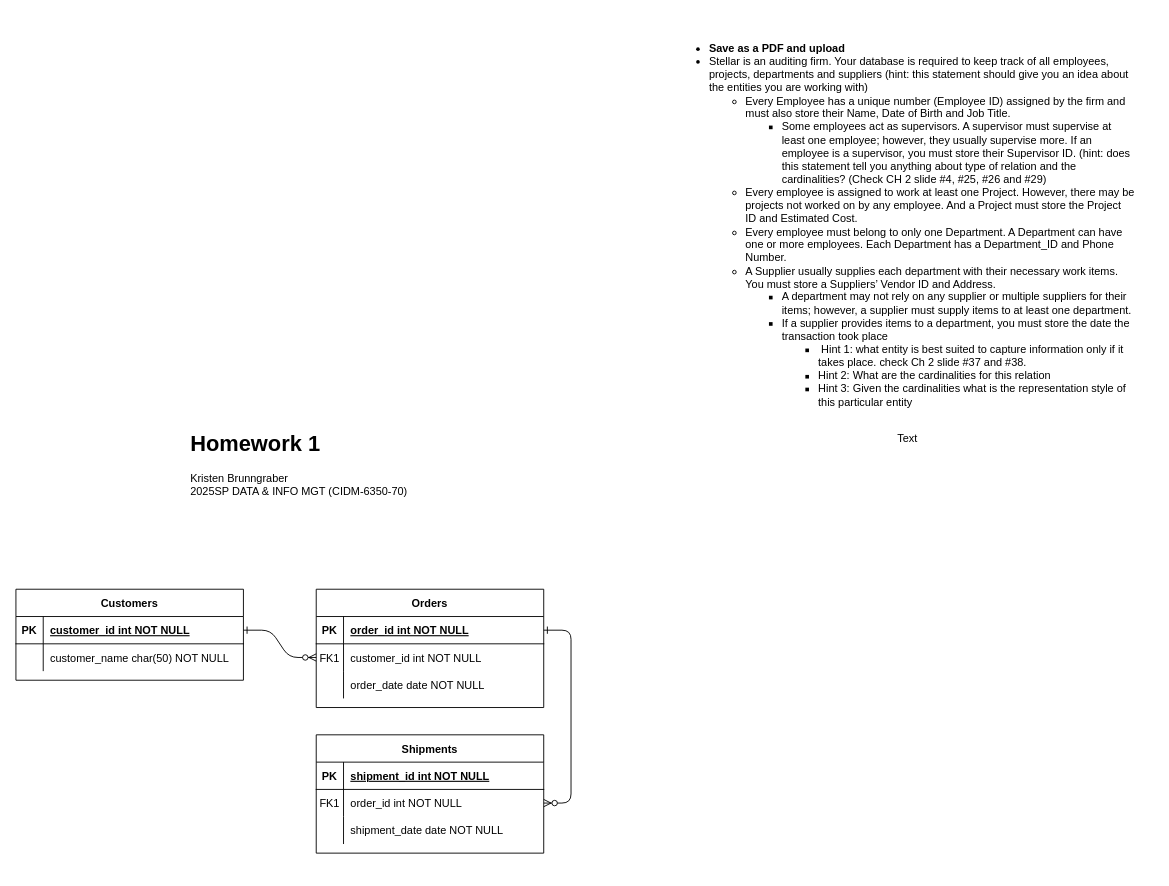
k-wtamu/CIDM6330 keeps this draw.io diagram as Untitled Diagram.drawio. Above is the earlier version. Source tidied: cells renumbered, new cells numbered last; positions are measured from the earlier drawing's top-left corner, leaving out a move shared by most shapes. Both pictures are drawn from the tidied source at 91%, with x=0, y=0 at pixel (15, 15).
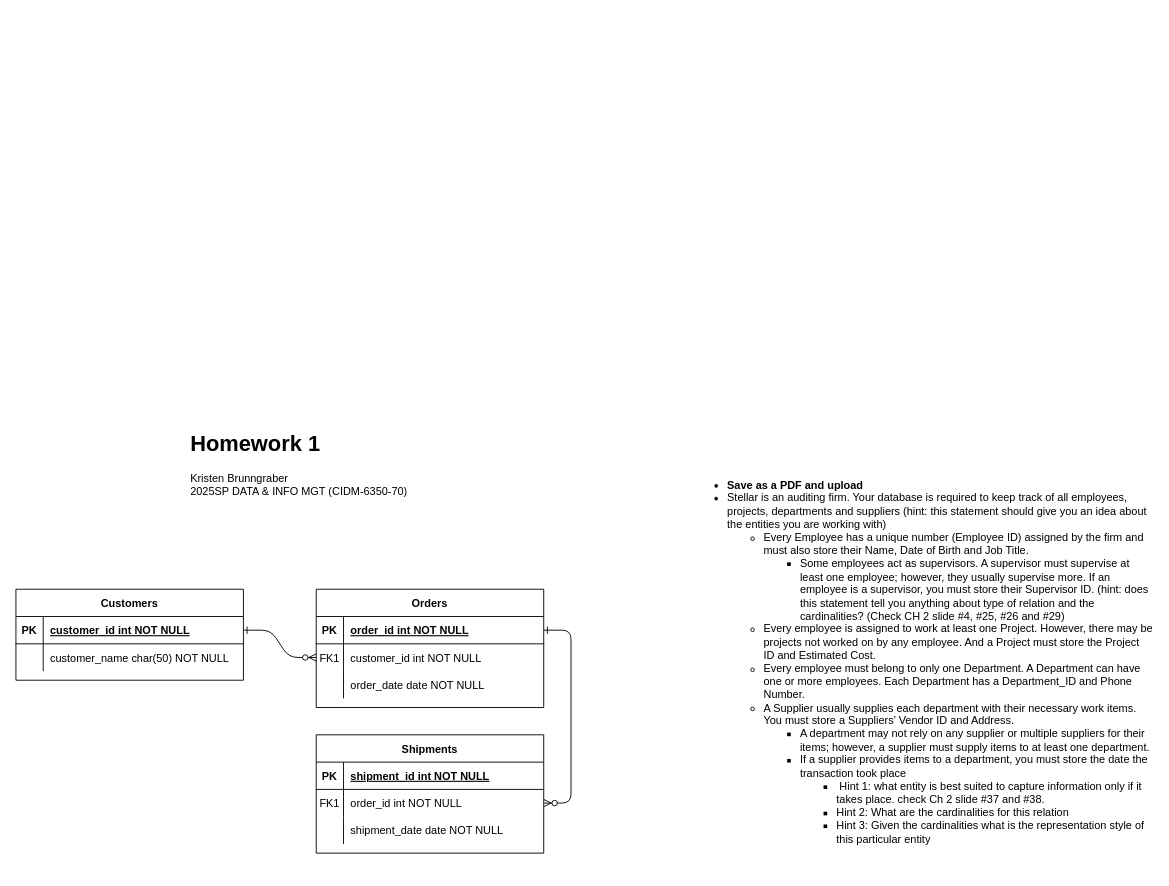
After the change.

What changed in the source:
```diff
@@
-    <mxCell id="32" value="Text" style="text;html=1;align=center;verticalAlign=middle;whiteSpace=wrap;rounded=0;" parent="1" vertex="1">
-      <mxGeometry x="950" y="450" width="60" height="30" as="geometry" />
-    </mxCell>
     <mxCell id="33" value="&lt;ul&gt;&lt;li&gt;&lt;b&gt;Save as a PDF and upload&lt;/b&gt;&lt;/li&gt;&lt;li&gt;Stellar is an auditing firm. Your database is required to keep track of all employees, projects, departments and suppliers (hint: this statement should give you an idea about the entities you are working with)&lt;/li&gt;&lt;ul&gt;&lt;li&gt;Every Employee has a unique number (Employee ID) assigned by the firm and must also store their Name, Date of Birth and Job Title.&lt;/li&gt;&lt;ul&gt;&lt;li&gt;Some employees act as supervisors. A supervisor must supervise at least one employee; however, they usually supervise more. If an employee is a supervisor, you must store their Supervisor ID. (hint: does this statement tell you anything about type of relation and the cardinalities? (Check CH 2 slide #4, #25, #26 and #29)&lt;/li&gt;&lt;/ul&gt;&lt;li&gt;Every employee is assigned to work at least one Project. However, there may be projects not worked on by any employee. And a Project must store the Project ID and Estimated Cost.&lt;/li&gt;&lt;li&gt;Every employee must belong to only one Department. A Department can have one or more employees. Each Department has a Department_ID and Phone Number.&lt;/li&gt;&lt;li&gt;A Supplier usually supplies each department with their necessary work items. You must store a Suppliers’ Vendor ID and Address.&lt;/li&gt;&lt;ul&gt;&lt;li&gt;A department may not rely on any supplier or multiple suppliers for their items; however, a supplier must supply items to at least one department.&lt;/li&gt;&lt;li&gt;If a supplier provides items to a department, you must store the date the transaction took place&lt;/li&gt;&lt;ul&gt;&lt;li&gt;&amp;nbsp;Hint 1: what entity is best suited to capture information only if it takes place. check Ch 2 slide #37 and #38.&lt;/li&gt;&lt;li&gt;Hint 2: What are the cardinalities for this relation&lt;/li&gt;&lt;li&gt;Hint 3: Given the cardinalities what is the representation style of this particular entity&lt;/li&gt;&lt;/ul&gt;&lt;/ul&gt;&lt;/ul&gt;&lt;/ul&gt;" style="text;strokeColor=none;fillColor=none;html=1;whiteSpace=wrap;verticalAlign=middle;overflow=hidden;" parent="1" vertex="1">
-      <mxGeometry x="720" width="510" height="460" as="geometry" />
+      <mxGeometry x="740" y="480" width="510" height="460" as="geometry" />
     </mxCell>
```
